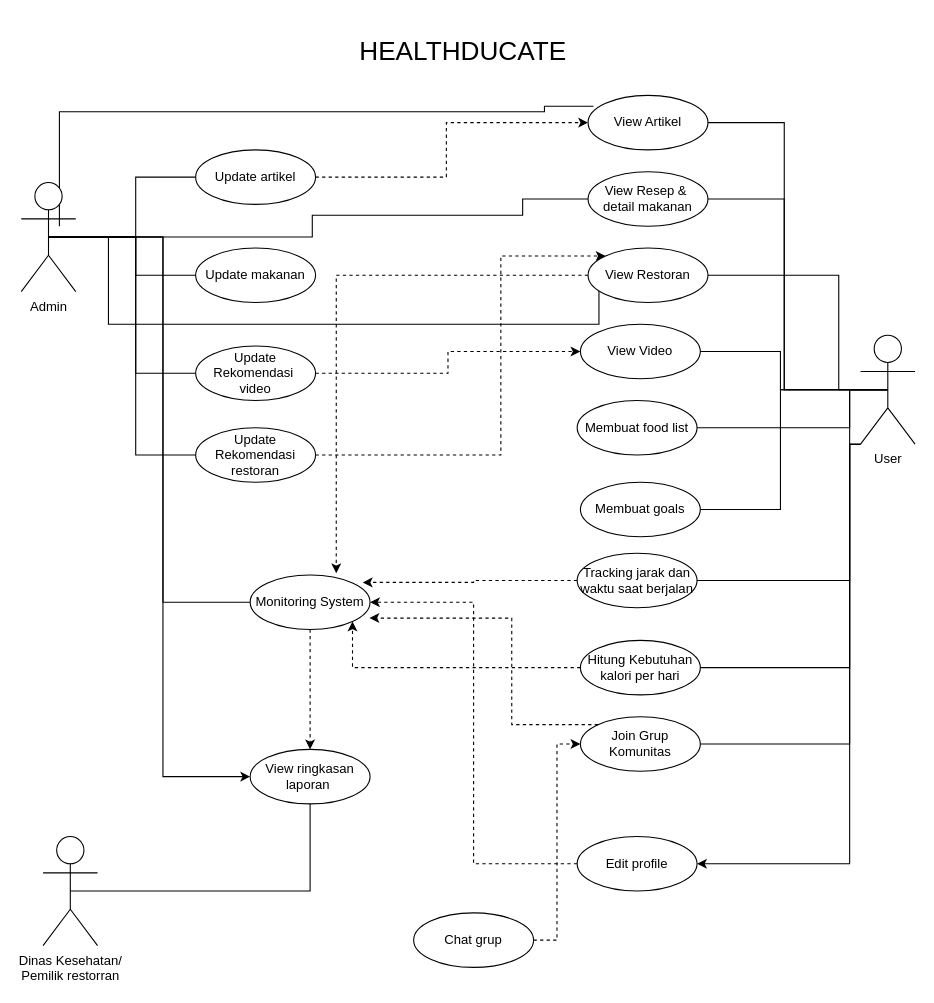
Earlier version of the draw.io diagram TA_03.drawio (SupandiZhuo/Use_case). Source tidied: cells renumbered, new cells numbered last; positions are measured from the earlier drawing's top-left corner, leaving out a move shared by most shapes. Both pictures are drawn from the tidied source at 109%, with x=0, y=0 at pixel (21, 19).
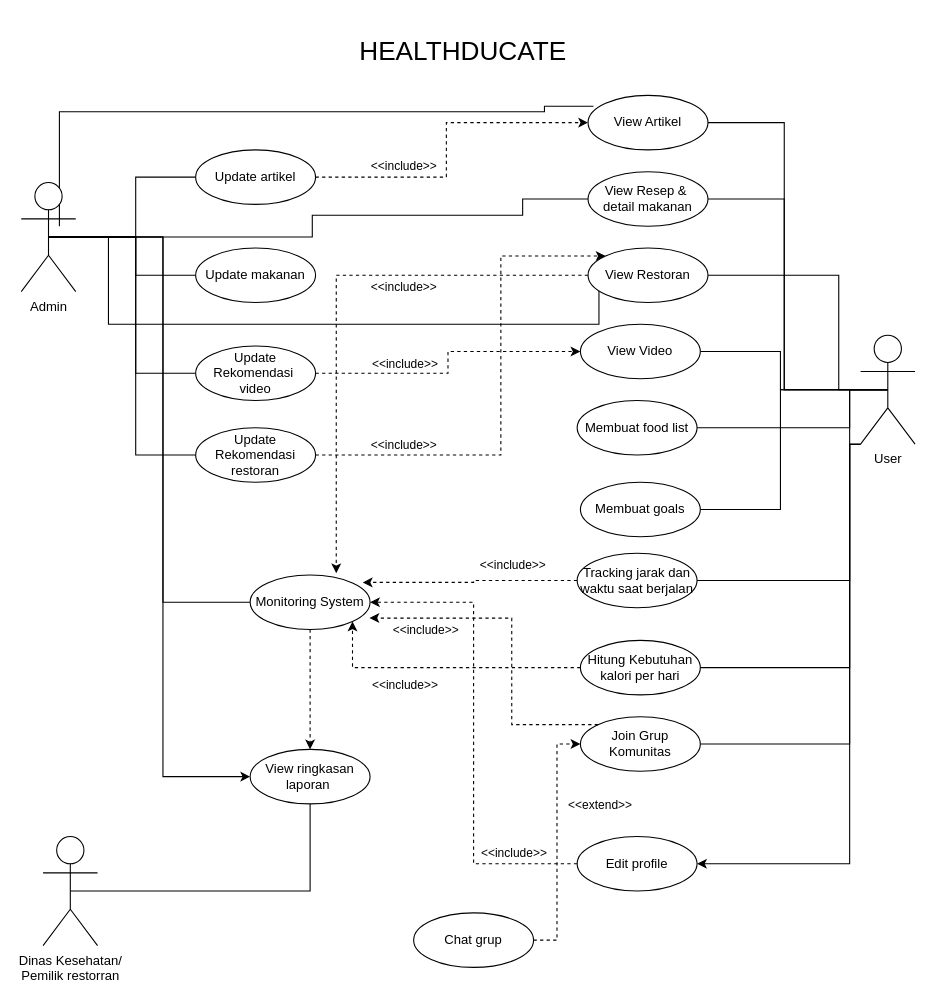
After the change.

Unchanged cells that the change refers to:
```xml
<mxCell id="26" style="edgeStyle=orthogonalEdgeStyle;rounded=0;jettySize=auto;html=1;exitX=1;exitY=0.5;exitDx=0;exitDy=0;entryX=0;entryY=0.5;entryDx=0;entryDy=0;dashed=1;" parent="1" edge="1" source="27" target="36">
  <mxGeometry relative="1" as="geometry">
    <Array as="points">
      <mxPoint x="390" y="145" />
      <mxPoint x="390" y="95" />
    </Array>
  </mxGeometry>
</mxCell>
```

Diff of the diagram source:
```diff
@@
+    <mxCell id="53" value="&amp;lt;&amp;lt;include&amp;gt;&amp;gt;" style="edgeLabel;html=1;align=center;verticalAlign=middle;" parent="26" vertex="1">
+      <mxGeometry x="-0.34" y="2" relative="1" as="geometry">
+        <mxPoint x="-19" y="-9" as="offset" />
+      </mxGeometry>
+    </mxCell>
@@
+    <mxCell id="54" value="&amp;lt;&amp;lt;include&amp;gt;&amp;gt;" style="edgeLabel;html=1;align=center;verticalAlign=middle;" parent="1" vertex="1">
+      <mxGeometry x="350" y="245" as="geometry" />
+    </mxCell>
+    <mxCell id="55" value="&amp;lt;&amp;lt;include&amp;gt;&amp;gt;" style="edgeLabel;html=1;align=center;verticalAlign=middle;" parent="1" vertex="1">
+      <mxGeometry x="350" y="390" as="geometry" />
+    </mxCell>
+    <mxCell id="56" value="&amp;lt;&amp;lt;include&amp;gt;&amp;gt;" style="edgeLabel;html=1;align=center;verticalAlign=middle;" parent="1" vertex="1">
+      <mxGeometry x="351" y="316" as="geometry" />
+    </mxCell>
+    <mxCell id="57" value="&amp;lt;&amp;lt;include&amp;gt;&amp;gt;" style="edgeLabel;html=1;align=center;verticalAlign=middle;" parent="1" vertex="1">
+      <mxGeometry x="450" y="500" as="geometry" />
+    </mxCell>
+    <mxCell id="58" value="&amp;lt;&amp;lt;include&amp;gt;&amp;gt;" style="edgeLabel;html=1;align=center;verticalAlign=middle;" parent="1" vertex="1">
+      <mxGeometry x="370" y="560" as="geometry" />
+    </mxCell>
+    <mxCell id="59" value="&amp;lt;&amp;lt;include&amp;gt;&amp;gt;" style="edgeLabel;html=1;align=center;verticalAlign=middle;" parent="1" vertex="1">
+      <mxGeometry x="351" y="610" as="geometry" />
+    </mxCell>
+    <mxCell id="60" value="&amp;lt;&amp;lt;include&amp;gt;&amp;gt;" style="edgeLabel;html=1;align=center;verticalAlign=middle;" parent="1" vertex="1">
+      <mxGeometry x="451" y="764" as="geometry" />
+    </mxCell>
+    <mxCell id="61" value="&amp;lt;&amp;lt;extend&amp;gt;&amp;gt;" style="edgeLabel;html=1;align=center;verticalAlign=middle;" parent="1" vertex="1">
+      <mxGeometry x="530" y="720" as="geometry" />
+    </mxCell>
```
